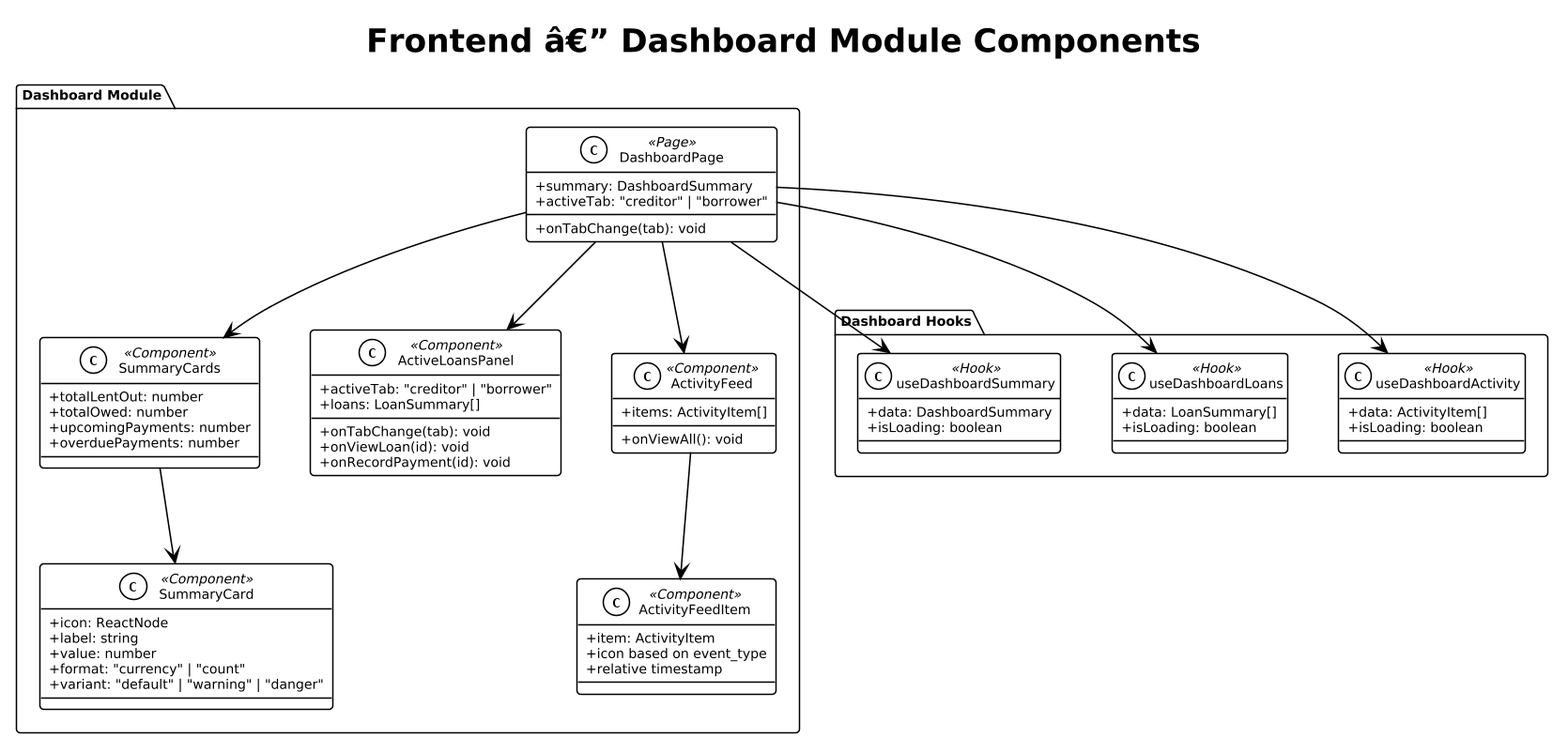
The PlantUML diagram docs/detailed-designs/diagrams/rendered/fe_class_dashboard.png in QuinntyneBrown/LendQ, before a commit.
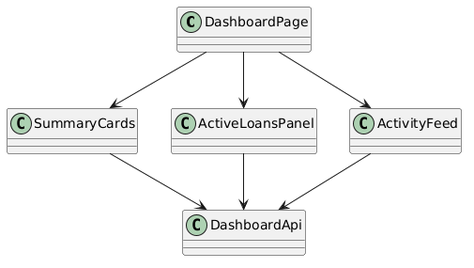
Later version of the same file.

Change to the diagram source:
```diff
@@ -1,76 +1,15 @@
 @startuml
-!theme plain
-skinparam dpi 150
-skinparam defaultFontSize 9
 skinparam classAttributeIconSize 0
-
-title Frontend â€” Dashboard Module Components
-
-package "Dashboard Module" {
-  class DashboardPage <<Page>> {
-    +summary: DashboardSummary
-    +activeTab: "creditor" | "borrower"
-    +onTabChange(tab): void
-  }
-
-  class SummaryCards <<Component>> {
-    +totalLentOut: number
-    +totalOwed: number
-    +upcomingPayments: number
-    +overduePayments: number
-  }
-
-  class SummaryCard <<Component>> {
-    +icon: ReactNode
-    +label: string
-    +value: number
-    +format: "currency" | "count"
-    +variant: "default" | "warning" | "danger"
-  }
-
-  class ActiveLoansPanel <<Component>> {
-    +activeTab: "creditor" | "borrower"
-    +loans: LoanSummary[]
-    +onTabChange(tab): void
-    +onViewLoan(id): void
-    +onRecordPayment(id): void
-  }
-
-  class ActivityFeed <<Component>> {
-    +items: ActivityItem[]
-    +onViewAll(): void
-  }
-
-  class ActivityFeedItem <<Component>> {
-    +item: ActivityItem
-    +icon based on event_type
-    +relative timestamp
-  }
-}
-
-package "Dashboard Hooks" {
-  class useDashboardSummary <<Hook>> {
-    +data: DashboardSummary
-    +isLoading: boolean
-  }
-
-  class useDashboardLoans <<Hook>> {
-    +data: LoanSummary[]
-    +isLoading: boolean
-  }
-
-  class useDashboardActivity <<Hook>> {
-    +data: ActivityItem[]
-    +isLoading: boolean
-  }
-}
+class DashboardPage
+class SummaryCards
+class ActiveLoansPanel
+class ActivityFeed
+class DashboardApi
 
 DashboardPage --> SummaryCards
 DashboardPage --> ActiveLoansPanel
 DashboardPage --> ActivityFeed
-SummaryCards --> SummaryCard
-ActivityFeed --> ActivityFeedItem
-DashboardPage --> useDashboardSummary
-DashboardPage --> useDashboardLoans
-DashboardPage --> useDashboardActivity
+SummaryCards --> DashboardApi
+ActiveLoansPanel --> DashboardApi
+ActivityFeed --> DashboardApi
 @enduml
```
